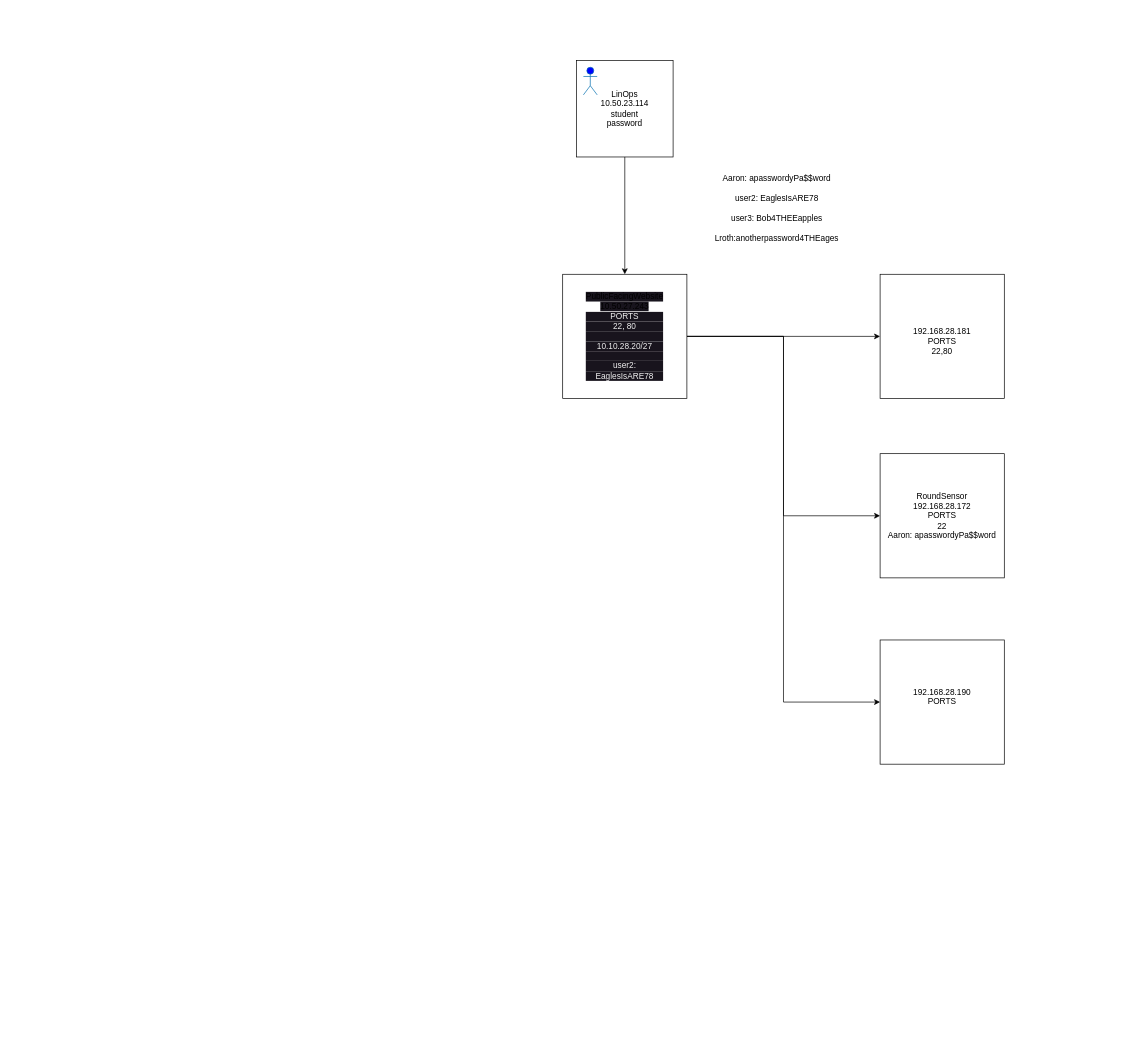
Above: Security/Seltzer/Untitled Diagram.drawio in TheWaltuh/COSC-Notes (draw.io), before the change. Source tidied: cells renumbered, new cells numbered last; positions are measured from the earlier drawing's top-left corner, leaving out a move shared by most shapes. Both pictures are drawn from the tidied source at 69%, with x=0, y=0 at pixel (562, 60).
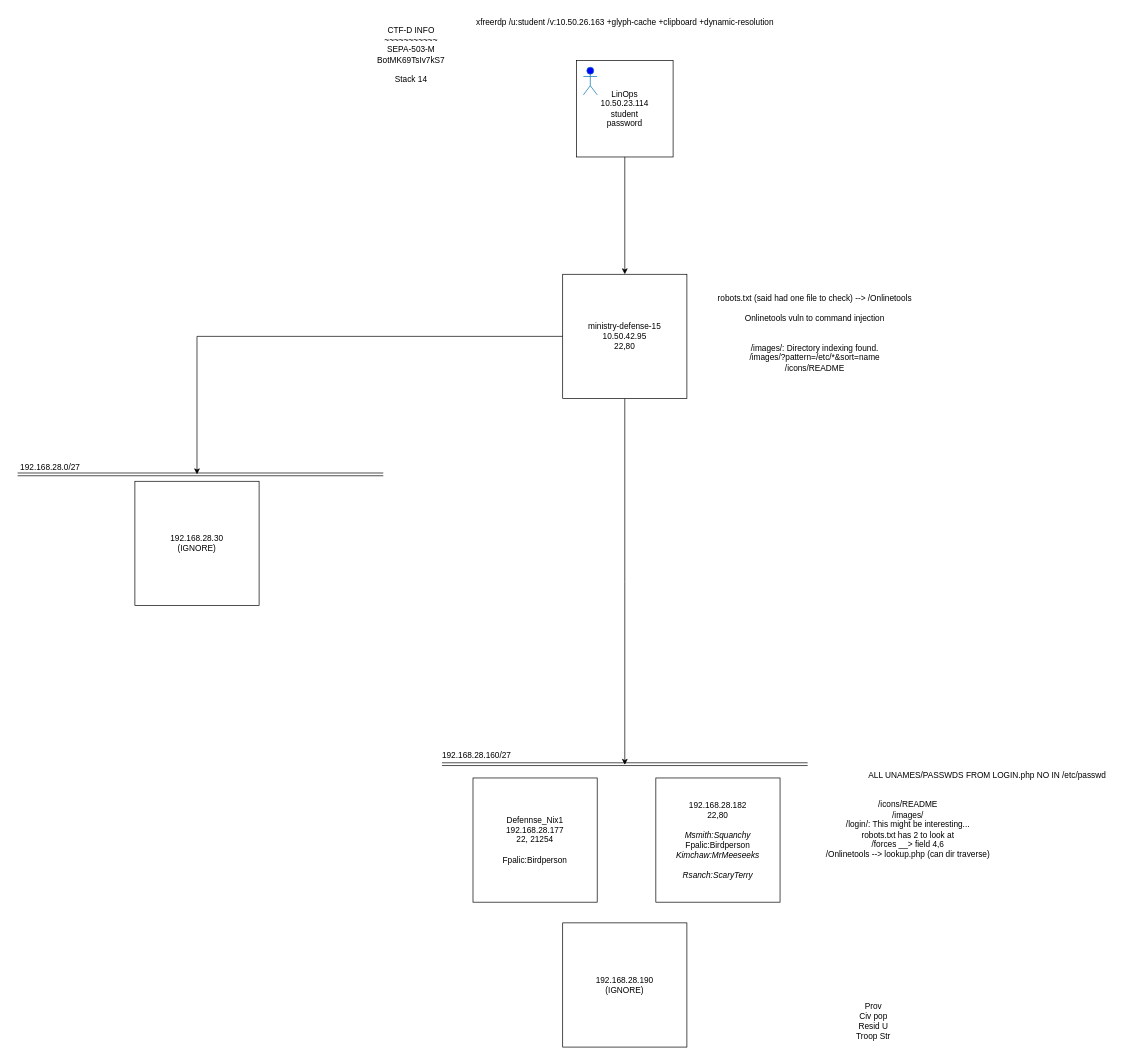
Above is the later version.

The edit, as a diff of the source:
```diff
@@
-    <mxCell id="6" value="&lt;br&gt;192.168.28.181&lt;br&gt;PORTS&lt;br&gt;22,80&lt;br&gt;" style="whiteSpace=wrap;html=1;" parent="1" vertex="1">
-      <mxGeometry x="460" y="310" width="180" height="180" as="geometry" />
-    </mxCell>
-    <mxCell id="7" style="edgeStyle=orthogonalEdgeStyle;rounded=0;jettySize=auto;html=1;exitX=1;exitY=0.5;exitDx=0;exitDy=0;" parent="1" edge="1" source="10" target="6">
-      <mxGeometry relative="1" as="geometry" />
-    </mxCell>
-    <mxCell id="8" style="edgeStyle=orthogonalEdgeStyle;rounded=0;jettySize=auto;html=1;entryX=0;entryY=0.5;entryDx=0;entryDy=0;" parent="1" edge="1" source="10" target="12">
-      <mxGeometry relative="1" as="geometry" />
-    </mxCell>
-    <mxCell id="9" style="edgeStyle=orthogonalEdgeStyle;rounded=0;jettySize=auto;html=1;entryX=0;entryY=0.5;entryDx=0;entryDy=0;" parent="1" edge="1" source="10" target="13">
-      <mxGeometry relative="1" as="geometry" />
-    </mxCell>
+    <mxCell id="14" style="edgeStyle=orthogonalEdgeStyle;rounded=0;jettySize=auto;html=1;" parent="1" edge="1" source="10">
+      <mxGeometry relative="1" as="geometry">
+        <mxPoint x="90" y="1021" as="targetPoint" />
+      </mxGeometry>
+    </mxCell>
-    <mxCell id="10" value="&lt;span style=&quot;orphans: 2; text-align: center; text-indent: 0px; widows: 2; background-color: rgb(24, 20, 29); text-decoration-thickness: initial; text-decoration-style: initial; text-decoration-color: initial; float: none; display: inline !important;&quot;&gt;PublicFacingWebsite&lt;br&gt;10.50.27.243&lt;/span&gt;&lt;div style=&quot;border-color: rgb(0, 0, 0); color: rgb(240, 240, 240); font-family: Helvetica; font-size: 12px; font-style: normal; font-variant-ligatures: normal; font-variant-caps: normal; font-weight: 400; letter-spacing: normal; orphans: 2; text-align: center; text-indent: 0px; text-transform: none; widows: 2; word-spacing: 0px; -webkit-text-stroke-width: 0px; background-color: rgb(24, 20, 29); text-decoration-thickness: initial; text-decoration-style: initial; text-decoration-color: initial;&quot;&gt;PORTS&lt;/div&gt;&lt;div style=&quot;border-color: rgb(0, 0, 0); color: rgb(240, 240, 240); font-family: Helvetica; font-size: 12px; font-style: normal; font-variant-ligatures: normal; font-variant-caps: normal; font-weight: 400; letter-spacing: normal; orphans: 2; text-align: center; text-indent: 0px; text-transform: none; widows: 2; word-spacing: 0px; -webkit-text-stroke-width: 0px; background-color: rgb(24, 20, 29); text-decoration-thickness: initial; text-decoration-style: initial; text-decoration-color: initial;&quot;&gt;22, 80&lt;/div&gt;&lt;div style=&quot;border-color: rgb(0, 0, 0); color: rgb(240, 240, 240); font-family: Helvetica; font-size: 12px; font-style: normal; font-variant-ligatures: normal; font-variant-caps: normal; font-weight: 400; letter-spacing: normal; orphans: 2; text-align: center; text-indent: 0px; text-transform: none; widows: 2; word-spacing: 0px; -webkit-text-stroke-width: 0px; background-color: rgb(24, 20, 29); text-decoration-thickness: initial; text-decoration-style: initial; text-decoration-color: initial;&quot;&gt;&lt;br style=&quot;border-color: rgb(0, 0, 0);&quot;&gt;&lt;/div&gt;&lt;div style=&quot;border-color: rgb(0, 0, 0); color: rgb(240, 240, 240); font-family: Helvetica; font-size: 12px; font-style: normal; font-variant-ligatures: normal; font-variant-caps: normal; font-weight: 400; letter-spacing: normal; orphans: 2; text-align: center; text-indent: 0px; text-transform: none; widows: 2; word-spacing: 0px; -webkit-text-stroke-width: 0px; background-color: rgb(24, 20, 29); text-decoration-thickness: initial; text-decoration-style: initial; text-decoration-color: initial;&quot;&gt;10.10.28.20/27&lt;/div&gt;&lt;div style=&quot;border-color: rgb(0, 0, 0); color: rgb(240, 240, 240); font-family: Helvetica; font-size: 12px; font-style: normal; font-variant-ligatures: normal; font-variant-caps: normal; font-weight: 400; letter-spacing: normal; orphans: 2; text-align: center; text-indent: 0px; text-transform: none; widows: 2; word-spacing: 0px; -webkit-text-stroke-width: 0px; background-color: rgb(24, 20, 29); text-decoration-thickness: initial; text-decoration-style: initial; text-decoration-color: initial;&quot;&gt;&lt;br style=&quot;border-color: rgb(0, 0, 0);&quot;&gt;&lt;/div&gt;&lt;div style=&quot;border-color: rgb(0, 0, 0); color: rgb(240, 240, 240); font-family: Helvetica; font-size: 12px; font-style: normal; font-variant-ligatures: normal; font-variant-caps: normal; font-weight: 400; letter-spacing: normal; orphans: 2; text-align: center; text-indent: 0px; text-transform: none; widows: 2; word-spacing: 0px; -webkit-text-stroke-width: 0px; background-color: rgb(24, 20, 29); text-decoration-thickness: initial; text-decoration-style: initial; text-decoration-color: initial;&quot;&gt;user2:&lt;/div&gt;&lt;div style=&quot;border-color: rgb(0, 0, 0); color: rgb(240, 240, 240); font-family: Helvetica; font-size: 12px; font-style: normal; font-variant-ligatures: normal; font-variant-caps: normal; font-weight: 400; letter-spacing: normal; orphans: 2; text-align: center; text-indent: 0px; text-transform: none; widows: 2; word-spacing: 0px; -webkit-text-stroke-width: 0px; background-color: rgb(24, 20, 29); text-decoration-thickness: initial; text-decoration-style: initial; text-decoration-color: initial;&quot;&gt;EaglesIsARE78&lt;/div&gt;" style="whiteSpace=wrap;html=1;" parent="1" vertex="1">
+    <mxCell id="10" value="ministry-defense-15&lt;br&gt;10.50.42.95&lt;br&gt;22,80" style="whiteSpace=wrap;html=1;" parent="1" vertex="1">
       <mxGeometry y="310" width="180" height="180" as="geometry" />
     </mxCell>
-    <mxCell id="11" value="Aaron:&amp;nbsp;apasswordyPa$$word&lt;br style=&quot;&quot;&gt;&lt;br style=&quot;&quot;&gt;&lt;span style=&quot;&quot;&gt;user2:&amp;nbsp;EaglesIsARE78&lt;/span&gt;&lt;br style=&quot;&quot;&gt;&lt;br style=&quot;&quot;&gt;&lt;span style=&quot;&quot;&gt;user3:&amp;nbsp;Bob4THEEapples&lt;/span&gt;&lt;br style=&quot;&quot;&gt;&lt;br style=&quot;&quot;&gt;&lt;span style=&quot;&quot;&gt;Lroth:anotherpassword4THEages&lt;/span&gt;" style="text;html=1;align=center;verticalAlign=middle;strokeColor=none;fillColor=none;" parent="1" vertex="1">
-      <mxGeometry x="210" y="160" width="200" height="110" as="geometry" />
-    </mxCell>
-    <mxCell id="12" value="RoundSensor&lt;br&gt;192.168.28.172&lt;br&gt;PORTS&lt;br&gt;22&lt;br&gt;Aaron:&amp;nbsp;apasswordyPa$$word" style="whiteSpace=wrap;html=1;" parent="1" vertex="1">
-      <mxGeometry x="460" y="570" width="180" height="180" as="geometry" />
-    </mxCell>
-    <mxCell id="13" value="192.168.28.190&lt;br&gt;PORTS&lt;br&gt;&lt;br&gt;" style="whiteSpace=wrap;html=1;" parent="1" vertex="1">
-      <mxGeometry x="460" y="840" width="180" height="180" as="geometry" />
-    </mxCell>
+    <mxCell id="15" value="xfreerdp /u:student /v:10.50.26.163 +glyph-cache +clipboard +dynamic-resolution" style="text;html=1;align=center;verticalAlign=middle;strokeColor=none;fillColor=none;" parent="1" vertex="1">
+      <mxGeometry x="-135" y="-70" width="450" height="30" as="geometry" />
+    </mxCell>
+    <mxCell id="16" value="&lt;br&gt;CTF-D INFO&lt;br&gt;~~~~~~~~~~~&lt;br&gt;SEPA-503-M&lt;br&gt;BotMK69TsIv7kS7&lt;br&gt;&lt;br&gt;Stack 14" style="text;html=1;align=center;verticalAlign=middle;strokeColor=none;fillColor=none;" parent="1" vertex="1">
+      <mxGeometry x="-280" y="-70" width="120" height="110" as="geometry" />
+    </mxCell>
+    <mxCell id="17" value="robots.txt (said had one file to check) --&amp;gt; /Onlinetools&lt;br&gt;&lt;br&gt;Onlinetools vuln to command injection&lt;br&gt;&lt;br&gt;&lt;br&gt;&lt;div&gt;/images/: Directory indexing found.&lt;/div&gt;&lt;div&gt;/images/?pattern=/etc/*&amp;amp;sort=name&lt;/div&gt;&lt;div&gt;/icons/README&lt;/div&gt;" style="text;html=1;align=center;verticalAlign=middle;strokeColor=none;fillColor=none;" parent="1" vertex="1">
+      <mxGeometry x="215" y="330" width="300" height="130" as="geometry" />
+    </mxCell>
+    <mxCell id="18" style="endArrow=classic;html=1;rounded=0;exitX=0;exitY=0.5;exitDx=0;exitDy=0;" parent="1" edge="1" source="10">
+      <mxGeometry relative="1" as="geometry">
+        <mxPoint x="-530" y="600" as="targetPoint" />
+        <Array as="points">
+          <mxPoint x="-530" y="400" />
+        </Array>
+      </mxGeometry>
+    </mxCell>
+    <mxCell id="19" style="shape=link;html=1;rounded=0;" parent="1" edge="1">
+      <mxGeometry relative="1" as="geometry">
+        <mxPoint x="-790" y="600" as="sourcePoint" />
+        <mxPoint x="-260" y="600" as="targetPoint" />
+      </mxGeometry>
+    </mxCell>
+    <mxCell id="20" value="192.168.28.0/27" style="text;html=1;align=center;verticalAlign=middle;strokeColor=none;fillColor=none;" parent="1" vertex="1">
+      <mxGeometry x="-798" y="575" width="110" height="30" as="geometry" />
+    </mxCell>
+    <mxCell id="21" style="shape=link;html=1;rounded=0;" parent="1" edge="1">
+      <mxGeometry relative="1" as="geometry">
+        <mxPoint x="-175" y="1020" as="sourcePoint" />
+        <mxPoint x="355" y="1020" as="targetPoint" />
+      </mxGeometry>
+    </mxCell>
+    <mxCell id="22" value="192.168.28.160/27" style="text;html=1;align=center;verticalAlign=middle;strokeColor=none;fillColor=none;" parent="1" vertex="1">
+      <mxGeometry x="-185" y="992" width="120" height="30" as="geometry" />
+    </mxCell>
+    <mxCell id="23" value="Defennse_Nix1&lt;br&gt;192.168.28.177&lt;br&gt;22, 21254&lt;br&gt;&lt;br&gt;Fpalic:Birdperson" style="whiteSpace=wrap;html=1;" parent="1" vertex="1">
+      <mxGeometry x="-130" y="1040" width="180" height="180" as="geometry" />
+    </mxCell>
+    <mxCell id="24" value="192.168.28.182&lt;br&gt;22,80&lt;br&gt;&lt;br&gt;&lt;i&gt;Msmith:Squanchy&lt;br&gt;&lt;/i&gt;Fpalic:Birdperson&lt;br&gt;&lt;i&gt;Kimchaw:MrMeeseeks&lt;br&gt;&lt;/i&gt;&lt;br&gt;&lt;i&gt;Rsanch:ScaryTerry&lt;/i&gt;" style="whiteSpace=wrap;html=1;" parent="1" vertex="1">
+      <mxGeometry x="135" y="1040" width="180" height="180" as="geometry" />
+    </mxCell>
+    <mxCell id="25" value="192.168.28.190&lt;br&gt;(IGNORE)" style="whiteSpace=wrap;html=1;" parent="1" vertex="1">
+      <mxGeometry y="1250" width="180" height="180" as="geometry" />
+    </mxCell>
+    <mxCell id="26" value="192.168.28.30&lt;br&gt;(IGNORE)" style="whiteSpace=wrap;html=1;" parent="1" vertex="1">
+      <mxGeometry x="-620" y="610" width="180" height="180" as="geometry" />
+    </mxCell>
+    <mxCell id="27" value="/icons/README&lt;br&gt;/images/&lt;br&gt;/login/: This might be interesting...&lt;br&gt;robots.txt has 2 to look at&lt;br&gt;/forces __&amp;gt; field 4,6&lt;br&gt;/Onlinetools --&amp;gt; lookup.php (can dir traverse)" style="text;html=1;align=center;verticalAlign=middle;strokeColor=none;fillColor=none;" parent="1" vertex="1">
+      <mxGeometry x="370" y="1065" width="260" height="100" as="geometry" />
+    </mxCell>
+    <mxCell id="28" value="ALL UNAMES/PASSWDS FROM LOGIN.php NO IN /etc/passwd" style="text;html=1;align=center;verticalAlign=middle;strokeColor=none;fillColor=none;" parent="1" vertex="1">
+      <mxGeometry x="430" y="1022" width="370" height="30" as="geometry" />
+    </mxCell>
+    <mxCell id="29" value="Prov&lt;br&gt;Civ pop&lt;br&gt;Resid U&lt;br&gt;Troop Str" style="text;html=1;align=center;verticalAlign=middle;strokeColor=none;fillColor=none;" parent="1" vertex="1">
+      <mxGeometry x="415" y="1358" width="70" height="70" as="geometry" />
+    </mxCell>
```
